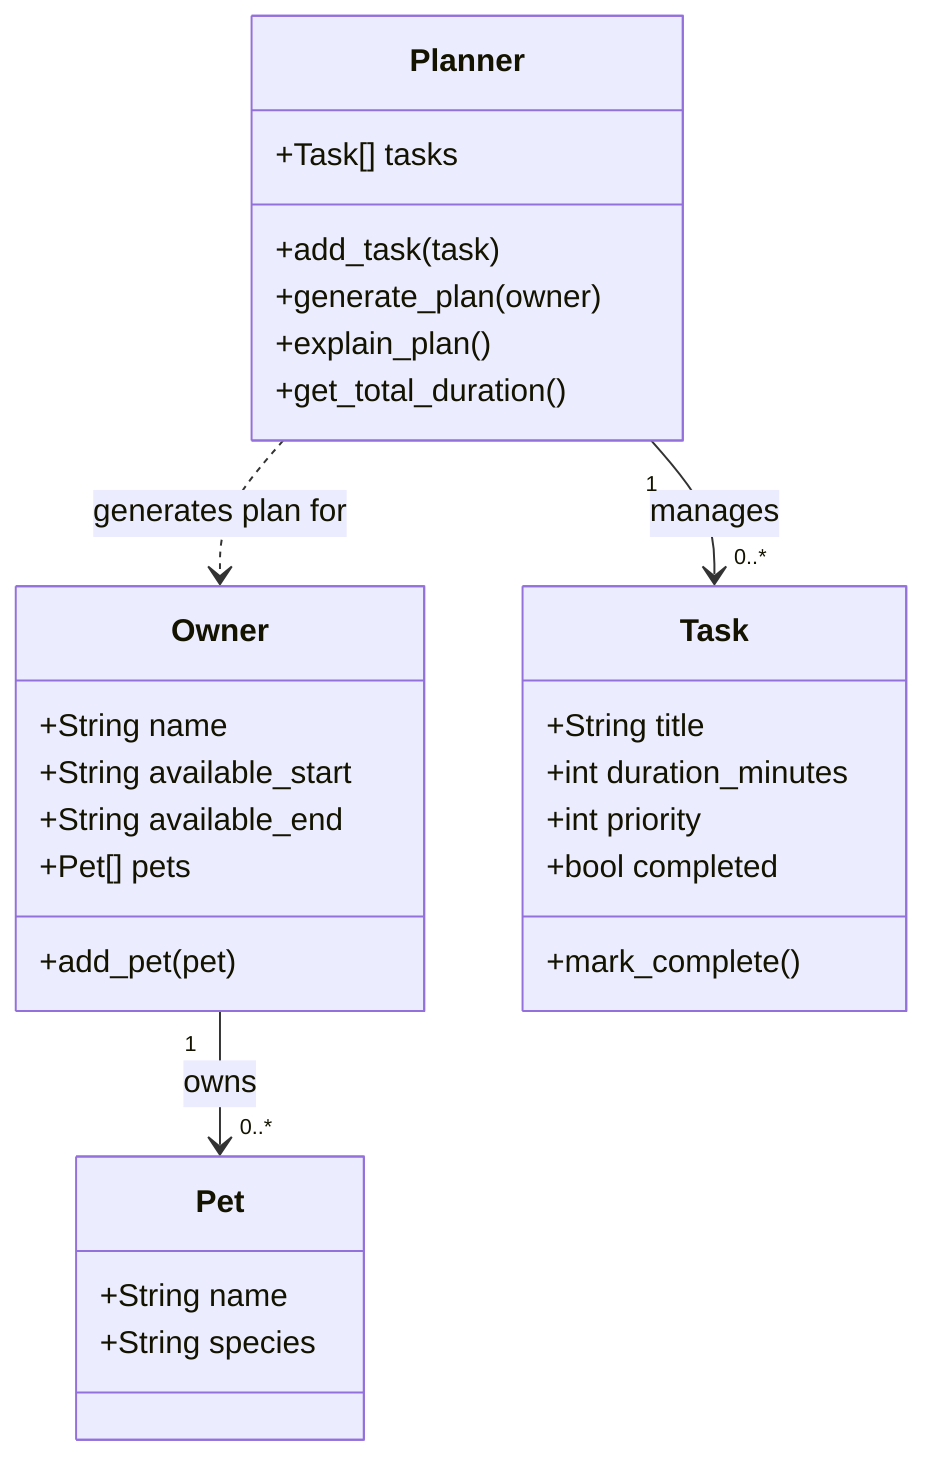
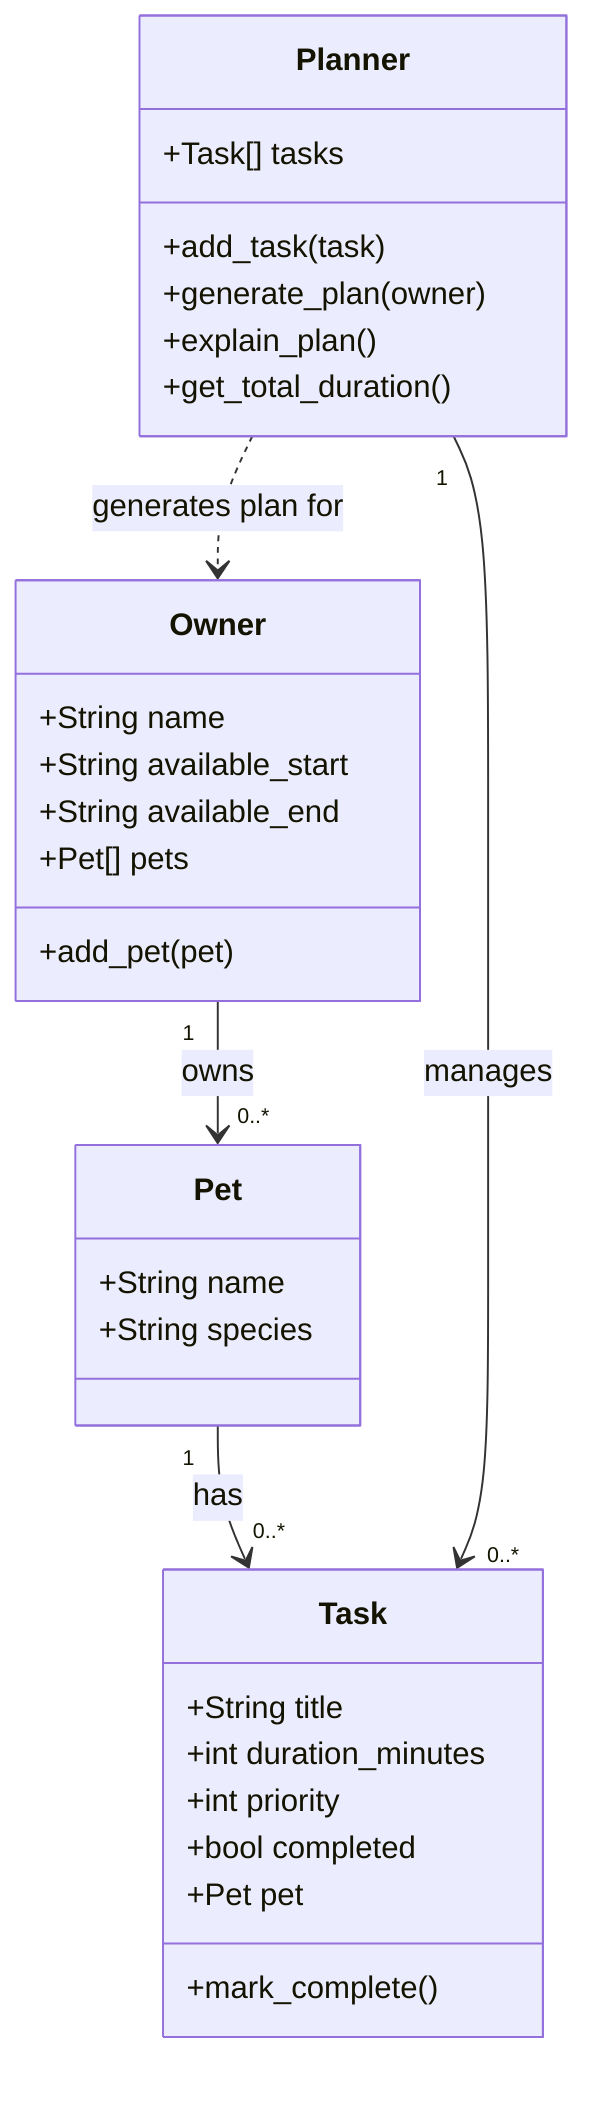
classDiagram

class Owner {
    +String name
    +String available_start
    +String available_end
    +Pet[] pets
    +add_pet(pet)
}

class Pet {
    +String name
    +String species
}

class Task {
    +String title
    +int duration_minutes
    +int priority
    +bool completed
+     +Pet pet
    +mark_complete()
}

class Planner {
    +Task[] tasks
    +add_task(task)
    +generate_plan(owner)
    +explain_plan()
    +get_total_duration()
}

+ 
Owner "1" --> "0..*" Pet : owns
+ Pet "1" --> "0..*" Task : has
Planner "1" --> "0..*" Task : manages
Planner ..> Owner : generates plan for